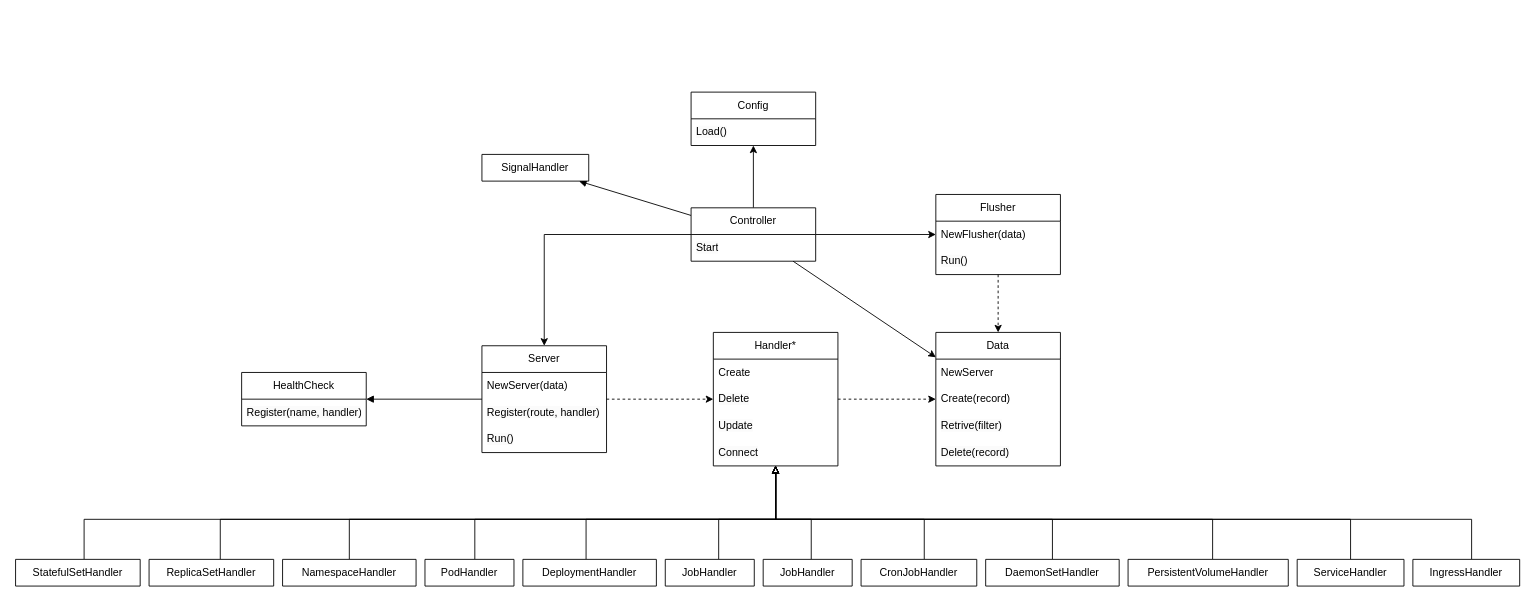
The draw.io diagram page "L3" (3 of 3) of docs/assets/design.drawio in evan-cz/cloudzero-agent, before the edit. Source tidied: cells renumbered, new cells numbered last; positions are measured from the earlier drawing's top-left corner, leaving out a move shared by most shapes. Both pictures are drawn from the tidied source at 89%, with x=0, y=0 at pixel (15, 92).
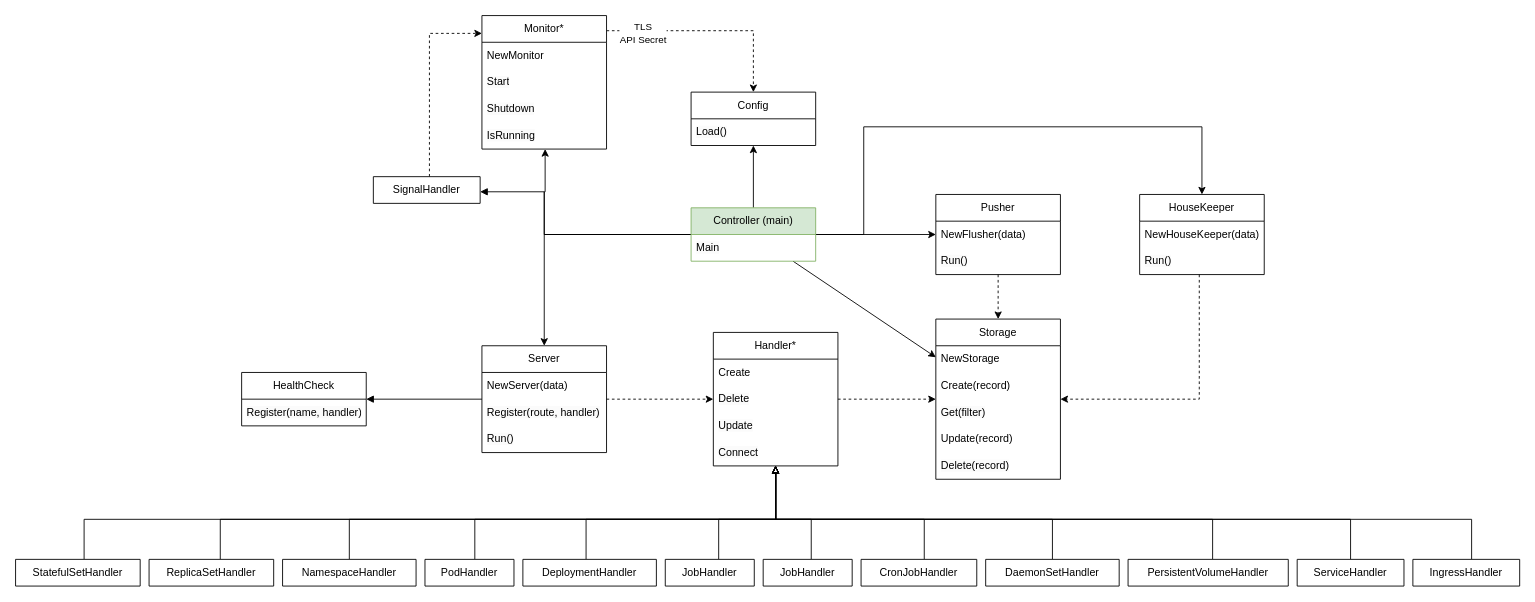
Above is the later version.

The change refers to these unchanged cells:
```xml
<mxCell id="25" value="Config" style="swimlane;fontStyle=0;horizontal=1;startSize=30;whiteSpace=wrap;html=1;" parent="1" vertex="1">
  <mxGeometry x="759" width="140" height="60" as="geometry" />
</mxCell>
```

Diff of the diagram source:
```diff
@@
-    <mxCell id="10" value="Data" style="swimlane;fontStyle=0;horizontal=1;startSize=30;whiteSpace=wrap;html=1;" parent="1" vertex="1">
-      <mxGeometry x="1034" y="270" width="140" height="150" as="geometry" />
+    <mxCell id="10" value="Storage" style="swimlane;fontStyle=0;horizontal=1;startSize=30;whiteSpace=wrap;html=1;" parent="1" vertex="1">
+      <mxGeometry x="1034" y="255" width="140" height="180" as="geometry" />
     </mxCell>
-    <mxCell id="11" value="NewServer" style="text;strokeColor=none;fillColor=none;align=left;verticalAlign=middle;spacingLeft=4;spacingRight=4;overflow=hidden;whiteSpace=wrap;html=1;" parent="10" vertex="1">
+    <mxCell id="11" value="NewStorage" style="text;strokeColor=none;fillColor=none;align=left;verticalAlign=middle;spacingLeft=4;spacingRight=4;overflow=hidden;whiteSpace=wrap;html=1;" parent="10" vertex="1">
       <mxGeometry y="30" width="140" height="30" as="geometry" />
     </mxCell>
@@
-    <mxCell id="13" value="&lt;span style=&quot;color: rgb(0, 0, 0); font-family: Helvetica; font-size: 12px; font-style: normal; font-variant-ligatures: normal; font-variant-caps: normal; font-weight: 400; letter-spacing: normal; orphans: 2; text-align: left; text-indent: 0px; text-transform: none; widows: 2; word-spacing: 0px; -webkit-text-stroke-width: 0px; background-color: rgb(251, 251, 251); text-decoration-thickness: initial; text-decoration-style: initial; text-decoration-color: initial; float: none; display: inline !important;&quot;&gt;Retrive(filter)&lt;/span&gt;" style="text;strokeColor=none;fillColor=none;align=left;verticalAlign=middle;spacingLeft=4;spacingRight=4;overflow=hidden;whiteSpace=wrap;html=1;" parent="10" vertex="1">
+    <mxCell id="13" value="&lt;span style=&quot;color: rgb(0, 0, 0); font-family: Helvetica; font-size: 12px; font-style: normal; font-variant-ligatures: normal; font-variant-caps: normal; font-weight: 400; letter-spacing: normal; orphans: 2; text-align: left; text-indent: 0px; text-transform: none; widows: 2; word-spacing: 0px; -webkit-text-stroke-width: 0px; background-color: rgb(251, 251, 251); text-decoration-thickness: initial; text-decoration-style: initial; text-decoration-color: initial; float: none; display: inline !important;&quot;&gt;Get(filter)&lt;/span&gt;" style="text;strokeColor=none;fillColor=none;align=left;verticalAlign=middle;spacingLeft=4;spacingRight=4;overflow=hidden;whiteSpace=wrap;html=1;" parent="10" vertex="1">
       <mxGeometry y="90" width="140" height="30" as="geometry" />
     </mxCell>
+    <mxCell id="59" value="Update(record)" style="text;strokeColor=none;fillColor=none;align=left;verticalAlign=middle;spacingLeft=4;spacingRight=4;overflow=hidden;whiteSpace=wrap;html=1;" parent="10" vertex="1">
+      <mxGeometry y="120" width="140" height="30" as="geometry" />
+    </mxCell>
     <mxCell id="14" value="&lt;span style=&quot;color: rgb(0, 0, 0); font-family: Helvetica; font-size: 12px; font-style: normal; font-variant-ligatures: normal; font-variant-caps: normal; font-weight: 400; letter-spacing: normal; orphans: 2; text-align: left; text-indent: 0px; text-transform: none; widows: 2; word-spacing: 0px; -webkit-text-stroke-width: 0px; background-color: rgb(251, 251, 251); text-decoration-thickness: initial; text-decoration-style: initial; text-decoration-color: initial; float: none; display: inline !important;&quot;&gt;Delete(record)&lt;/span&gt;" style="text;strokeColor=none;fillColor=none;align=left;verticalAlign=middle;spacingLeft=4;spacingRight=4;overflow=hidden;whiteSpace=wrap;html=1;" parent="10" vertex="1">
-      <mxGeometry y="120" width="140" height="30" as="geometry" />
+      <mxGeometry y="150" width="140" height="30" as="geometry" />
     </mxCell>
@@
-    <mxCell id="16" value="Flusher" style="swimlane;fontStyle=0;horizontal=1;startSize=30;whiteSpace=wrap;html=1;" parent="1" vertex="1">
+    <mxCell id="16" value="Pusher" style="swimlane;fontStyle=0;horizontal=1;startSize=30;whiteSpace=wrap;html=1;" parent="1" vertex="1">
       <mxGeometry x="1034" y="115" width="140" height="90" as="geometry" />
     </mxCell>
@@
-    <mxCell id="22" style="rounded=0;html=1;endArrow=block;endFill=1;" parent="1" edge="1" source="23" target="58">
-      <mxGeometry relative="1" as="geometry" />
+    <mxCell id="22" style="rounded=0;html=1;endArrow=block;endFill=1;edgeStyle=orthogonalEdgeStyle;" parent="1" edge="1" source="23" target="58">
+      <mxGeometry relative="1" as="geometry">
+        <Array as="points">
+          <mxPoint x="594" y="160" />
+          <mxPoint x="594" y="112" />
+        </Array>
+      </mxGeometry>
     </mxCell>
+    <mxCell id="60" style="edgeStyle=orthogonalEdgeStyle;html=1;rounded=0;" parent="1" edge="1" source="23" target="63">
+      <mxGeometry relative="1" as="geometry">
+        <Array as="points">
+          <mxPoint x="953" y="160" />
+          <mxPoint x="953" y="39" />
+          <mxPoint x="1333" y="39" />
+        </Array>
+      </mxGeometry>
+    </mxCell>
+    <mxCell id="61" style="edgeStyle=orthogonalEdgeStyle;rounded=0;html=1;" parent="1" edge="1" source="23" target="69">
+      <mxGeometry relative="1" as="geometry">
+        <Array as="points">
+          <mxPoint x="594" y="160" />
+          <mxPoint x="594" y="112" />
+          <mxPoint x="595" y="112" />
+        </Array>
+      </mxGeometry>
+    </mxCell>
-    <mxCell id="23" value="Controller" style="swimlane;fontStyle=0;horizontal=1;startSize=30;whiteSpace=wrap;html=1;" parent="1" vertex="1">
+    <mxCell id="23" value="Controller (main)" style="swimlane;fontStyle=0;horizontal=1;startSize=30;whiteSpace=wrap;html=1;fillColor=#d5e8d4;strokeColor=#82b366;" parent="1" vertex="1">
       <mxGeometry x="759" y="130" width="140" height="60" as="geometry" />
     </mxCell>
-    <mxCell id="24" value="&lt;span style=&quot;color: rgb(0, 0, 0); font-family: Helvetica; font-size: 12px; font-style: normal; font-variant-ligatures: normal; font-variant-caps: normal; font-weight: 400; letter-spacing: normal; orphans: 2; text-align: left; text-indent: 0px; text-transform: none; widows: 2; word-spacing: 0px; -webkit-text-stroke-width: 0px; background-color: rgb(251, 251, 251); text-decoration-thickness: initial; text-decoration-style: initial; text-decoration-color: initial; float: none; display: inline !important;&quot;&gt;Start&lt;/span&gt;" style="text;strokeColor=none;fillColor=none;align=left;verticalAlign=middle;spacingLeft=4;spacingRight=4;overflow=hidden;whiteSpace=wrap;html=1;" parent="23" vertex="1">
+    <mxCell id="24" value="&lt;span style=&quot;color: rgb(0, 0, 0); font-family: Helvetica; font-size: 12px; font-style: normal; font-variant-ligatures: normal; font-variant-caps: normal; font-weight: 400; letter-spacing: normal; orphans: 2; text-align: left; text-indent: 0px; text-transform: none; widows: 2; word-spacing: 0px; -webkit-text-stroke-width: 0px; background-color: rgb(251, 251, 251); text-decoration-thickness: initial; text-decoration-style: initial; text-decoration-color: initial; float: none; display: inline !important;&quot;&gt;Main&lt;/span&gt;" style="text;strokeColor=none;fillColor=none;align=left;verticalAlign=middle;spacingLeft=4;spacingRight=4;overflow=hidden;whiteSpace=wrap;html=1;" parent="23" vertex="1">
       <mxGeometry y="30" width="140" height="30" as="geometry" />
     </mxCell>
@@
+    <mxCell id="62" style="edgeStyle=orthogonalEdgeStyle;rounded=0;html=1;dashed=1;" parent="1" edge="1" source="58" target="69">
+      <mxGeometry relative="1" as="geometry">
+        <Array as="points">
+          <mxPoint x="465" y="-66" />
+        </Array>
+      </mxGeometry>
+    </mxCell>
     <mxCell id="58" value="SignalHandler" style="swimlane;fontStyle=0;horizontal=1;startSize=30;whiteSpace=wrap;html=1;" parent="1" vertex="1" collapsed="1">
-      <mxGeometry x="524" y="70" width="120" height="30" as="geometry" />
+      <mxGeometry x="402" y="95" width="120" height="30" as="geometry" />
     </mxCell>
+    <mxCell id="63" value="HouseKeeper" style="swimlane;fontStyle=0;horizontal=1;startSize=30;whiteSpace=wrap;html=1;" parent="1" vertex="1">
+      <mxGeometry x="1263" y="115" width="140" height="90" as="geometry" />
+    </mxCell>
+    <mxCell id="64" value="NewHouseKeeper(data)" style="text;strokeColor=none;fillColor=none;align=left;verticalAlign=middle;spacingLeft=4;spacingRight=4;overflow=hidden;whiteSpace=wrap;html=1;" parent="63" vertex="1">
+      <mxGeometry y="30" width="140" height="30" as="geometry" />
+    </mxCell>
+    <mxCell id="65" value="&lt;span style=&quot;color: rgb(0, 0, 0); font-family: Helvetica; font-size: 12px; font-style: normal; font-variant-ligatures: normal; font-variant-caps: normal; font-weight: 400; letter-spacing: normal; orphans: 2; text-align: left; text-indent: 0px; text-transform: none; widows: 2; word-spacing: 0px; -webkit-text-stroke-width: 0px; background-color: rgb(251, 251, 251); text-decoration-thickness: initial; text-decoration-style: initial; text-decoration-color: initial; float: none; display: inline !important;&quot;&gt;Run()&lt;/span&gt;" style="text;strokeColor=none;fillColor=none;align=left;verticalAlign=middle;spacingLeft=4;spacingRight=4;overflow=hidden;whiteSpace=wrap;html=1;" parent="63" vertex="1">
+      <mxGeometry y="60" width="140" height="30" as="geometry" />
+    </mxCell>
+    <mxCell id="66" style="edgeStyle=orthogonalEdgeStyle;rounded=0;html=1;dashed=1;" parent="1" edge="1" source="63" target="10">
+      <mxGeometry relative="1" as="geometry">
+        <Array as="points">
+          <mxPoint x="1330" y="345" />
+        </Array>
+      </mxGeometry>
+    </mxCell>
+    <mxCell id="67" style="edgeStyle=orthogonalEdgeStyle;rounded=0;html=1;entryX=0.5;entryY=0;entryDx=0;entryDy=0;dashed=1;" parent="1" edge="1" source="69" target="25">
+      <mxGeometry relative="1" as="geometry">
+        <Array as="points">
+          <mxPoint x="829" y="-69" />
+        </Array>
+      </mxGeometry>
+    </mxCell>
+    <mxCell id="68" value="TLS&lt;br&gt;API Secret" style="edgeLabel;html=1;align=center;verticalAlign=middle;" parent="67" vertex="1">
+      <mxGeometry x="-0.66" y="-2" relative="1" as="geometry" />
+    </mxCell>
+    <mxCell id="69" value="Monitor*" style="swimlane;fontStyle=0;horizontal=1;startSize=30;whiteSpace=wrap;html=1;" parent="1" vertex="1">
+      <mxGeometry x="524" y="-86" width="140" height="150" as="geometry" />
+    </mxCell>
+    <mxCell id="70" value="NewMonitor" style="text;strokeColor=none;fillColor=none;align=left;verticalAlign=middle;spacingLeft=4;spacingRight=4;overflow=hidden;whiteSpace=wrap;html=1;" parent="69" vertex="1">
+      <mxGeometry y="30" width="140" height="30" as="geometry" />
+    </mxCell>
+    <mxCell id="71" value="&lt;span style=&quot;color: rgb(0, 0, 0); font-family: Helvetica; font-size: 12px; font-style: normal; font-variant-ligatures: normal; font-variant-caps: normal; font-weight: 400; letter-spacing: normal; orphans: 2; text-align: left; text-indent: 0px; text-transform: none; widows: 2; word-spacing: 0px; -webkit-text-stroke-width: 0px; background-color: rgb(251, 251, 251); text-decoration-thickness: initial; text-decoration-style: initial; text-decoration-color: initial; float: none; display: inline !important;&quot;&gt;Start&lt;/span&gt;" style="text;strokeColor=none;fillColor=none;align=left;verticalAlign=middle;spacingLeft=4;spacingRight=4;overflow=hidden;whiteSpace=wrap;html=1;" parent="69" vertex="1">
+      <mxGeometry y="60" width="140" height="30" as="geometry" />
+    </mxCell>
+    <mxCell id="72" value="&lt;span style=&quot;color: rgb(0, 0, 0); font-family: Helvetica; font-size: 12px; font-style: normal; font-variant-ligatures: normal; font-variant-caps: normal; font-weight: 400; letter-spacing: normal; orphans: 2; text-align: left; text-indent: 0px; text-transform: none; widows: 2; word-spacing: 0px; -webkit-text-stroke-width: 0px; background-color: rgb(251, 251, 251); text-decoration-thickness: initial; text-decoration-style: initial; text-decoration-color: initial; float: none; display: inline !important;&quot;&gt;Shutdown&lt;/span&gt;" style="text;strokeColor=none;fillColor=none;align=left;verticalAlign=middle;spacingLeft=4;spacingRight=4;overflow=hidden;whiteSpace=wrap;html=1;" parent="69" vertex="1">
+      <mxGeometry y="90" width="140" height="30" as="geometry" />
+    </mxCell>
+    <mxCell id="73" value="&lt;span style=&quot;color: rgb(0, 0, 0); font-family: Helvetica; font-size: 12px; font-style: normal; font-variant-ligatures: normal; font-variant-caps: normal; font-weight: 400; letter-spacing: normal; orphans: 2; text-align: left; text-indent: 0px; text-transform: none; widows: 2; word-spacing: 0px; -webkit-text-stroke-width: 0px; background-color: rgb(251, 251, 251); text-decoration-thickness: initial; text-decoration-style: initial; text-decoration-color: initial; float: none; display: inline !important;&quot;&gt;IsRunning&lt;/span&gt;" style="text;strokeColor=none;fillColor=none;align=left;verticalAlign=middle;spacingLeft=4;spacingRight=4;overflow=hidden;whiteSpace=wrap;html=1;" parent="69" vertex="1">
+      <mxGeometry y="120" width="140" height="30" as="geometry" />
+    </mxCell>
```
